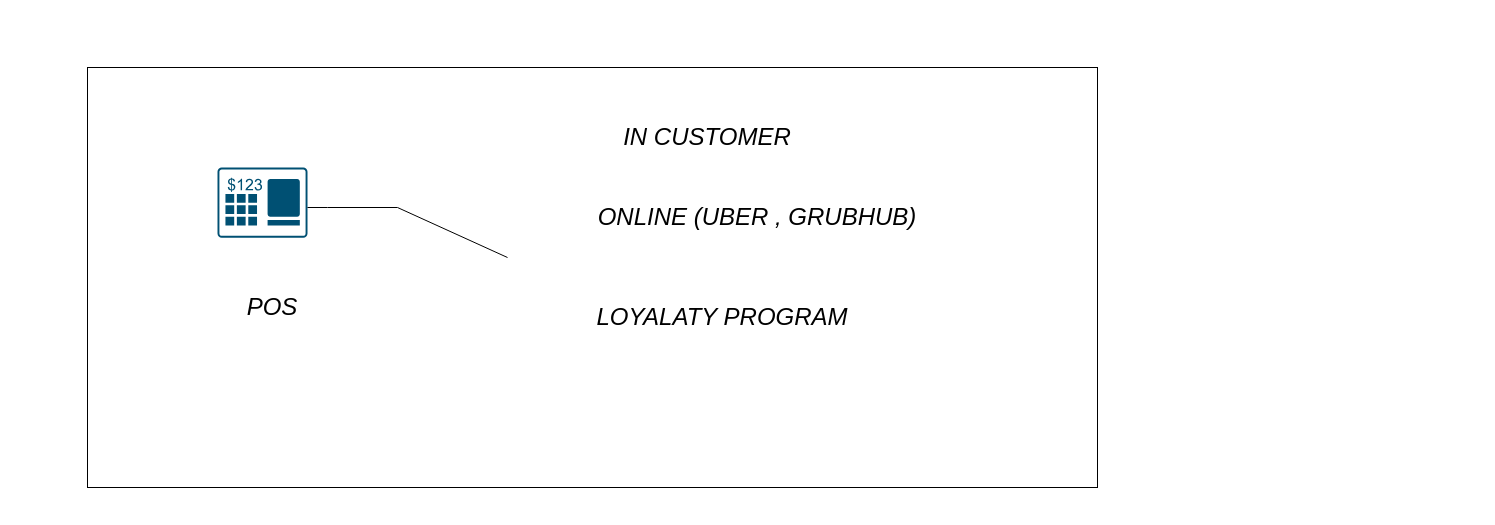
Earlier version of the draw.io diagram page "Point-of-Sale_SOURCE_S" (1 of 4) of Untitled Diagram.drawio (kalwathi123/Azure-Dataengineering). Source tidied: cells renumbered, new cells numbered last; positions are measured from the earlier drawing's top-left corner, leaving out a move shared by most shapes. Both pictures are drawn from the tidied source at 100%, with x=0, y=0 at pixel (87, 67).
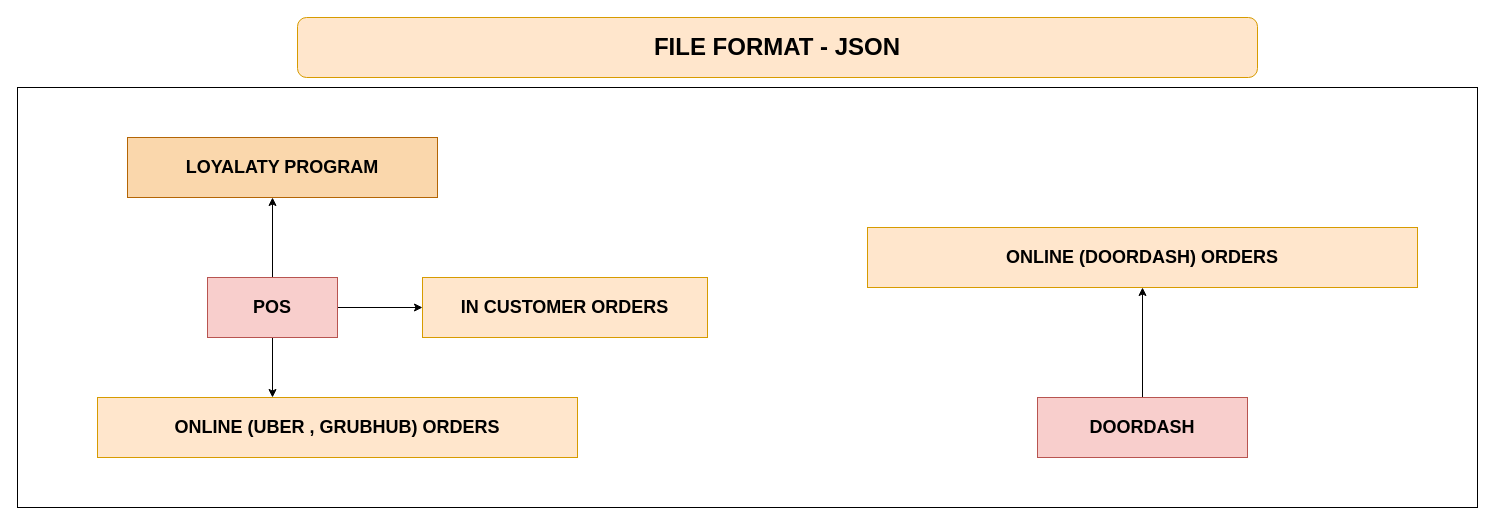
After the change.

Change to the diagram source:
```diff
@@
 <mxGraphModel>
   <root>
     <mxCell id="0" />
     <mxCell id="1" parent="0" />
     <mxCell id="2" value="&lt;h1&gt;&lt;br&gt;&lt;/h1&gt;" style="rounded=0;whiteSpace=wrap;html=1;align=center;" parent="1" vertex="1">
-      <mxGeometry width="1010" height="420" as="geometry" />
+      <mxGeometry x="-70" y="20" width="1460" height="420" as="geometry" />
     </mxCell>
-    <mxCell id="3" style="sketch=0;points=[[0.015,0.015,0],[0.985,0.015,0],[0.985,0.985,0],[0.015,0.985,0],[0.25,0,0],[0.5,0,0],[0.75,0,0],[1,0.25,0],[1,0.5,0],[1,0.75,0],[0.75,1,0],[0.5,1,0],[0.25,1,0],[0,0.75,0],[0,0.5,0],[0,0.25,0]];verticalLabelPosition=bottom;html=1;verticalAlign=top;align=center;shape=mxgraph.cisco19.pos;fillColor=#005073;strokeColor=none;" parent="1" vertex="1">
-      <mxGeometry x="130" y="100" width="90" height="70.3" as="geometry" />
-    </mxCell>
+    <mxCell id="10" style="edgeStyle=orthogonalEdgeStyle;rounded=0;jettySize=auto;html=1;" parent="1" edge="1" source="4" target="9">
+      <mxGeometry relative="1" as="geometry">
+        <Array as="points">
+          <mxPoint x="190" y="210" />
+          <mxPoint x="190" y="210" />
+        </Array>
+      </mxGeometry>
+    </mxCell>
+    <mxCell id="11" style="edgeStyle=orthogonalEdgeStyle;rounded=0;jettySize=auto;html=1;" parent="1" edge="1" source="4" target="13">
+      <mxGeometry relative="1" as="geometry" />
+    </mxCell>
+    <mxCell id="12" style="edgeStyle=orthogonalEdgeStyle;rounded=0;jettySize=auto;html=1;" parent="1" edge="1" source="4" target="14">
+      <mxGeometry relative="1" as="geometry">
+        <Array as="points">
+          <mxPoint x="185" y="350" />
+          <mxPoint x="185" y="350" />
+        </Array>
+      </mxGeometry>
+    </mxCell>
-    <mxCell id="4" value="&lt;h1&gt;&lt;i style=&quot;font-weight: normal;&quot;&gt;POS&lt;/i&gt;&lt;/h1&gt;" style="text;strokeColor=none;align=center;fillColor=none;html=1;verticalAlign=middle;whiteSpace=wrap;rounded=0;" parent="1" vertex="1">
+    <mxCell id="4" value="&lt;h2&gt;&lt;span style=&quot;font-style: normal;&quot;&gt;POS&lt;/span&gt;&lt;/h2&gt;" style="text;strokeColor=#b85450;align=center;fillColor=#f8cecc;html=1;verticalAlign=middle;whiteSpace=wrap;rounded=0;fontStyle=2;" parent="1" vertex="1">
       <mxGeometry x="120" y="210" width="130" height="60" as="geometry" />
     </mxCell>
-    <mxCell id="5" value="&lt;h1&gt;&lt;span style=&quot;font-weight: 400;&quot;&gt;&lt;i&gt;IN CUSTOMER&lt;/i&gt;&lt;/span&gt;&lt;/h1&gt;" style="text;strokeColor=none;align=center;fillColor=none;html=1;verticalAlign=middle;whiteSpace=wrap;rounded=0;" parent="1" vertex="1">
-      <mxGeometry x="510" y="40" width="220" height="60" as="geometry" />
-    </mxCell>
-    <mxCell id="6" value="&lt;h1&gt;&lt;span style=&quot;font-weight: 400;&quot;&gt;&lt;i&gt;ONLINE (UBER , GRUBHUB)&lt;br&gt;&lt;/i&gt;&lt;/span&gt;&lt;/h1&gt;" style="text;strokeColor=none;align=center;fillColor=none;html=1;verticalAlign=middle;whiteSpace=wrap;rounded=0;" parent="1" vertex="1">
-      <mxGeometry x="460" y="120" width="420" height="60" as="geometry" />
-    </mxCell>
     <mxCell id="7" value="&lt;h1&gt;&lt;span style=&quot;font-weight: 400;&quot;&gt;&lt;i&gt;&lt;br&gt;&lt;/i&gt;&lt;/span&gt;&lt;/h1&gt;" style="text;strokeColor=none;align=center;fillColor=none;html=1;verticalAlign=middle;whiteSpace=wrap;rounded=0;" parent="1" vertex="1">
       <mxGeometry x="415" y="200" width="370" height="60" as="geometry" />
     </mxCell>
-    <mxCell id="8" style="endArrow=none;html=1;rounded=0;exitX=1;exitY=0.569;exitDx=0;exitDy=0;exitPerimeter=0;" parent="1" edge="1" source="3">
-      <mxGeometry relative="1" as="geometry">
-        <mxPoint x="420" y="190" as="targetPoint" />
-        <Array as="points">
-          <mxPoint x="240" y="140" />
-          <mxPoint x="310" y="140" />
-          <mxPoint x="420" y="190" />
-        </Array>
-      </mxGeometry>
-    </mxCell>
-    <mxCell id="9" value="&lt;h1&gt;&lt;span style=&quot;font-weight: 400;&quot;&gt;&lt;i&gt;LOYALATY PROGRAM&lt;/i&gt;&lt;/span&gt;&lt;/h1&gt;" style="text;strokeColor=none;align=center;fillColor=none;html=1;verticalAlign=middle;whiteSpace=wrap;rounded=0;" parent="1" vertex="1">
-      <mxGeometry x="450" y="220" width="370" height="60" as="geometry" />
+    <mxCell id="9" value="&lt;h2&gt;&lt;span style=&quot;font-style: normal;&quot;&gt;LOYALATY PROGRAM&lt;/span&gt;&lt;/h2&gt;" style="whiteSpace=wrap;html=1;fillColor=#fad7ac;strokeColor=#b46504;fontStyle=2;" parent="1" vertex="1">
+      <mxGeometry x="40" y="70" width="310" height="60" as="geometry" />
     </mxCell>
+    <mxCell id="13" value="&lt;h2&gt;&lt;span style=&quot;font-style: normal;&quot;&gt;IN CUSTOMER ORDERS&lt;/span&gt;&lt;/h2&gt;" style="whiteSpace=wrap;html=1;fillColor=#ffe6cc;strokeColor=#d79b00;fontStyle=2;" parent="1" vertex="1">
+      <mxGeometry x="335" y="210" width="285" height="60" as="geometry" />
+    </mxCell>
+    <mxCell id="14" value="&lt;h2&gt;&lt;font style=&quot;font-style: normal;&quot; face=&quot;Helvetica&quot;&gt;ONLINE (UBER , GRUBHUB) ORDERS&lt;/font&gt;&lt;/h2&gt;" style="whiteSpace=wrap;html=1;fillColor=#ffe6cc;strokeColor=#d79b00;fontStyle=2;" parent="1" vertex="1">
+      <mxGeometry x="10" y="330" width="480" height="60" as="geometry" />
+    </mxCell>
+    <mxCell id="15" style="edgeStyle=orthogonalEdgeStyle;rounded=0;jettySize=auto;html=1;" parent="1" edge="1" source="16" target="17">
+      <mxGeometry relative="1" as="geometry" />
+    </mxCell>
+    <mxCell id="16" value="&lt;h2&gt;&lt;span style=&quot;font-style: normal;&quot;&gt;DOORDASH&lt;/span&gt;&lt;/h2&gt;" style="text;strokeColor=#b85450;align=center;fillColor=#f8cecc;html=1;verticalAlign=middle;whiteSpace=wrap;rounded=0;fontStyle=2;" parent="1" vertex="1">
+      <mxGeometry x="950" y="330" width="210" height="60" as="geometry" />
+    </mxCell>
+    <mxCell id="17" value="&lt;h2&gt;&lt;span style=&quot;font-style: normal;&quot;&gt;ONLINE (DOORDASH) ORDERS&lt;/span&gt;&lt;/h2&gt;" style="whiteSpace=wrap;html=1;fillColor=#ffe6cc;strokeColor=#d79b00;fontStyle=2;" parent="1" vertex="1">
+      <mxGeometry x="780" y="160" width="550" height="60" as="geometry" />
+    </mxCell>
+    <mxCell id="18" value="&lt;h1&gt;FILE FORMAT - JSON&lt;/h1&gt;" style="rounded=1;whiteSpace=wrap;html=1;fillColor=#ffe6cc;strokeColor=#d79b00;" parent="1" vertex="1">
+      <mxGeometry x="210" y="-50" width="960" height="60" as="geometry" />
+    </mxCell>
   </root>
 </mxGraphModel>
```
